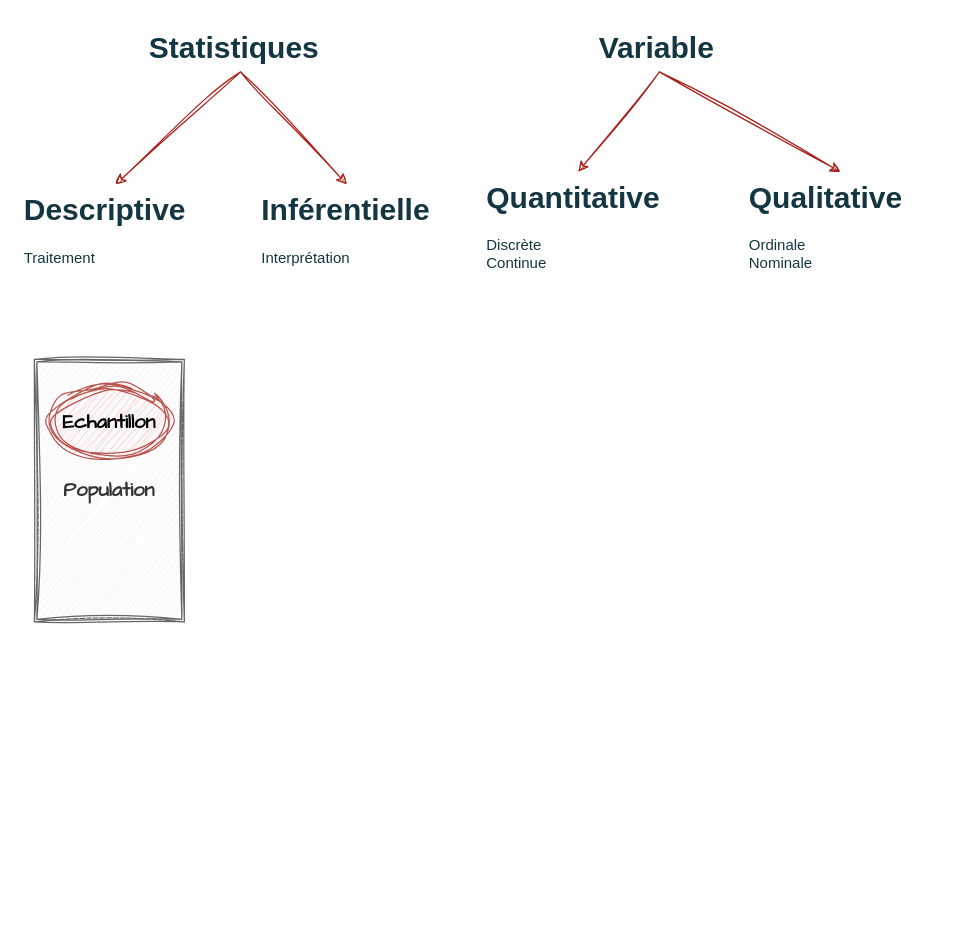
The draw.io diagram TD/summary.drawio in LouisManiere/Stats_M1_HBV, before the edit. Source tidied: cells renumbered, new cells numbered last; positions are measured from the earlier drawing's top-left corner, leaving out a move shared by most shapes. Both pictures are drawn from the tidied source at 125%, with x=0, y=0 at pixel (21, 21). Pictures stored in the file or linked from it are replaced by grey dashed boxes.
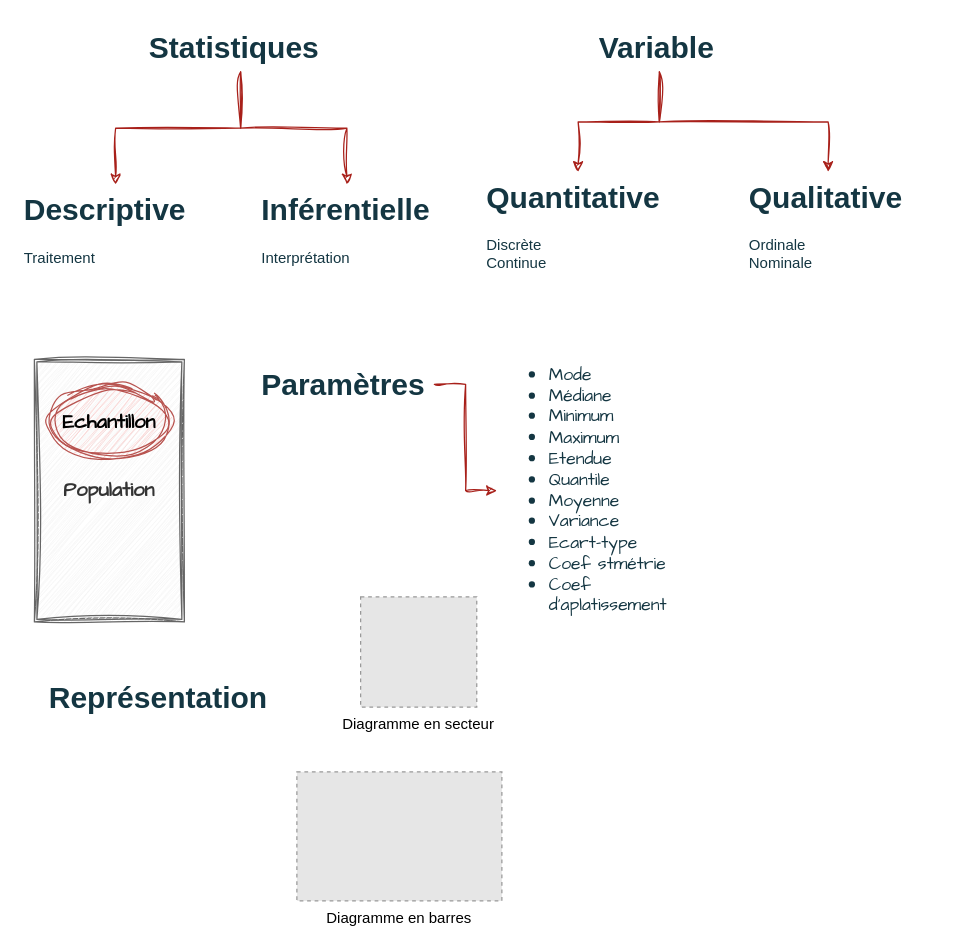
Above is the later version.

Commit message (it also covers changes not shown here):
Mettre à jour summary.drawio

The change refers to these unchanged cells:
```xml
<mxCell id="2" value="&lt;h1 style=&quot;margin-top: 0px;&quot;&gt;Descriptive&lt;br&gt;&lt;/h1&gt;&lt;p&gt;Traitement&lt;/p&gt;" style="text;html=1;whiteSpace=wrap;overflow=hidden;rounded=0;sketch=1;curveFitting=1;jiggle=2;labelBackgroundColor=none;fontColor=#143642;" parent="1" vertex="1">
  <mxGeometry y="130" width="150" height="70" as="geometry" />
</mxCell>
<mxCell id="3" value="&lt;h1 style=&quot;margin-top: 0px;&quot;&gt;Inférentielle&lt;br&gt;&lt;/h1&gt;&lt;p&gt;Interprétation&lt;br&gt;&lt;/p&gt;" style="text;html=1;whiteSpace=wrap;overflow=hidden;rounded=0;sketch=1;curveFitting=1;jiggle=2;labelBackgroundColor=none;fontColor=#143642;" parent="1" vertex="1">
  <mxGeometry x="190" y="130" width="140" height="70" as="geometry" />
</mxCell>
<mxCell id="7" value="&lt;h1 style=&quot;margin-top: 0px;&quot;&gt;Variable&lt;br&gt;&lt;/h1&gt;" style="text;html=1;whiteSpace=wrap;overflow=hidden;rounded=0;sketch=1;curveFitting=1;jiggle=2;labelBackgroundColor=none;fontColor=#143642;" parent="1" vertex="1">
  <mxGeometry x="460" width="100" height="40" as="geometry" />
</mxCell>
<mxCell id="8" value="&lt;h1 style=&quot;margin-top: 0px;&quot;&gt;Quantitative&lt;/h1&gt;&lt;div&gt;Discrète&lt;/div&gt;&lt;div&gt;Continue&lt;br&gt;&lt;/div&gt;" style="text;html=1;whiteSpace=wrap;overflow=hidden;rounded=0;sketch=1;curveFitting=1;jiggle=2;labelBackgroundColor=none;fontColor=#143642;" parent="1" vertex="1">
  <mxGeometry x="370" y="120" width="150" height="80" as="geometry" />
</mxCell>
```

What changed in the source:
```diff
@@
-    <mxCell id="4" value="&lt;h1 style=&quot;margin-top: 0px;&quot;&gt;Statistiques&lt;br&gt;&lt;/h1&gt;" style="text;html=1;whiteSpace=wrap;overflow=hidden;rounded=0;sketch=1;curveFitting=1;jiggle=2;labelBackgroundColor=none;fontColor=#143642;" parent="1" vertex="1">
-      <mxGeometry x="100" width="150" height="40" as="geometry" />
-    </mxCell>
-    <mxCell id="5" style="endArrow=classic;html=1;rounded=0;exitX=0.5;exitY=1;exitDx=0;exitDy=0;entryX=0.5;entryY=0;entryDx=0;entryDy=0;sketch=1;curveFitting=1;jiggle=2;labelBackgroundColor=none;strokeColor=#A8201A;fontColor=default;" parent="1" edge="1" source="4" target="2">
+    <mxCell id="5" style="edgeStyle=orthogonalEdgeStyle;rounded=0;sketch=1;hachureGap=4;jiggle=2;curveFitting=1;jettySize=auto;html=1;strokeColor=#A8201A;fontFamily=Architects Daughter;fontColor=#143642;fillColor=#FAE5C7;" parent="1" edge="1" source="4" target="2">
       <mxGeometry relative="1" as="geometry" />
     </mxCell>
-    <mxCell id="6" style="endArrow=classic;html=1;rounded=0;exitX=0.5;exitY=1;exitDx=0;exitDy=0;entryX=0.5;entryY=0;entryDx=0;entryDy=0;sketch=1;curveFitting=1;jiggle=2;labelBackgroundColor=none;strokeColor=#A8201A;fontColor=default;" parent="1" edge="1" source="4" target="3">
+    <mxCell id="6" style="edgeStyle=orthogonalEdgeStyle;rounded=0;sketch=1;hachureGap=4;jiggle=2;curveFitting=1;jettySize=auto;html=1;strokeColor=#A8201A;fontFamily=Architects Daughter;fontColor=#143642;fillColor=#FAE5C7;" parent="1" edge="1" source="4" target="3">
       <mxGeometry relative="1" as="geometry" />
     </mxCell>
+    <mxCell id="4" value="&lt;h1 style=&quot;margin-top: 0px;&quot;&gt;Statistiques&lt;br&gt;&lt;/h1&gt;" style="text;html=1;whiteSpace=wrap;overflow=hidden;rounded=0;sketch=1;curveFitting=1;jiggle=2;labelBackgroundColor=none;fontColor=#143642;" parent="1" vertex="1">
+      <mxGeometry x="100" width="150" height="40" as="geometry" />
+    </mxCell>
+    <mxCell id="11" style="edgeStyle=orthogonalEdgeStyle;rounded=0;sketch=1;hachureGap=4;jiggle=2;curveFitting=1;jettySize=auto;html=1;strokeColor=#A8201A;fontFamily=Architects Daughter;fontColor=#143642;fillColor=#FAE5C7;" parent="1" edge="1" source="7" target="8">
+      <mxGeometry relative="1" as="geometry" />
+    </mxCell>
+    <mxCell id="10" style="edgeStyle=orthogonalEdgeStyle;rounded=0;sketch=1;hachureGap=4;jiggle=2;curveFitting=1;jettySize=auto;html=1;strokeColor=#A8201A;fontFamily=Architects Daughter;fontColor=#143642;fillColor=#FAE5C7;exitX=0.5;exitY=1;exitDx=0;exitDy=0;" parent="1" edge="1" source="7" target="9">
+      <mxGeometry relative="1" as="geometry" />
+    </mxCell>
@@
     <mxCell id="9" value="&lt;h1 style=&quot;margin-top: 0px;&quot;&gt;Qualitative&lt;/h1&gt;&lt;div&gt;Ordinale&lt;br&gt;&lt;/div&gt;&lt;div&gt;Nominale&lt;br&gt;&lt;/div&gt;" style="text;html=1;whiteSpace=wrap;overflow=hidden;rounded=0;sketch=1;curveFitting=1;jiggle=2;labelBackgroundColor=none;fontColor=#143642;" parent="1" vertex="1">
-      <mxGeometry x="580" y="120" width="150" height="80" as="geometry" />
+      <mxGeometry x="580" y="120" width="130" height="80" as="geometry" />
     </mxCell>
-    <mxCell id="10" style="endArrow=classic;html=1;rounded=0;exitX=0.5;exitY=1;exitDx=0;exitDy=0;entryX=0.5;entryY=0;entryDx=0;entryDy=0;sketch=1;curveFitting=1;jiggle=2;labelBackgroundColor=none;strokeColor=#A8201A;fontColor=default;" parent="1" edge="1" source="7" target="9">
-      <mxGeometry relative="1" as="geometry" />
-    </mxCell>
-    <mxCell id="11" style="endArrow=classic;html=1;rounded=0;exitX=0.5;exitY=1;exitDx=0;exitDy=0;entryX=0.5;entryY=0;entryDx=0;entryDy=0;sketch=1;curveFitting=1;jiggle=2;labelBackgroundColor=none;strokeColor=#A8201A;fontColor=default;" parent="1" edge="1" source="7" target="8">
-      <mxGeometry relative="1" as="geometry" />
-    </mxCell>
@@
+    <mxCell id="15" style="edgeStyle=orthogonalEdgeStyle;rounded=0;sketch=1;hachureGap=4;jiggle=2;curveFitting=1;jettySize=auto;html=1;strokeColor=#A8201A;fontFamily=Architects Daughter;fontColor=#143642;fillColor=#FAE5C7;" parent="1" edge="1" source="16" target="17">
+      <mxGeometry relative="1" as="geometry" />
+    </mxCell>
+    <mxCell id="16" value="&lt;h1 style=&quot;margin-top: 0px;&quot;&gt;Paramètres&lt;br&gt;&lt;/h1&gt;" style="text;html=1;whiteSpace=wrap;overflow=hidden;rounded=0;sketch=1;curveFitting=1;jiggle=2;labelBackgroundColor=none;fontColor=#143642;" parent="1" vertex="1">
+      <mxGeometry x="190" y="270" width="140" height="40" as="geometry" />
+    </mxCell>
+    <mxCell id="17" value="&lt;ul style=&quot;font-size: 14px;&quot;&gt;&lt;li style=&quot;font-size: 14px;&quot;&gt;Mode&lt;/li&gt;&lt;li style=&quot;font-size: 14px;&quot;&gt;Médiane&lt;br style=&quot;font-size: 14px;&quot;&gt;&lt;/li&gt;&lt;li style=&quot;font-size: 14px;&quot;&gt;Minimum&lt;/li&gt;&lt;li style=&quot;font-size: 14px;&quot;&gt;Maximum&lt;/li&gt;&lt;li style=&quot;font-size: 14px;&quot;&gt;Etendue&lt;/li&gt;&lt;li style=&quot;font-size: 14px;&quot;&gt;Quantile&lt;/li&gt;&lt;li style=&quot;font-size: 14px;&quot;&gt;Moyenne&lt;/li&gt;&lt;li style=&quot;font-size: 14px;&quot;&gt;Variance&lt;/li&gt;&lt;li style=&quot;font-size: 14px;&quot;&gt;Ecart-type&lt;/li&gt;&lt;li style=&quot;font-size: 14px;&quot;&gt;Coef stmétrie&lt;/li&gt;&lt;li style=&quot;font-size: 14px;&quot;&gt;Coef d'aplatissement&lt;br style=&quot;font-size: 14px;&quot;&gt;&lt;/li&gt;&lt;/ul&gt;" style="text;strokeColor=none;fillColor=none;html=1;whiteSpace=wrap;verticalAlign=middle;overflow=hidden;fontFamily=Architects Daughter;fontColor=#143642;fontSize=14;" parent="1" vertex="1">
+      <mxGeometry x="380" y="255" width="160" height="240" as="geometry" />
+    </mxCell>
+    <mxCell id="18" value="&lt;h1 style=&quot;margin-top: 0px;&quot;&gt;Représentation&lt;br&gt;&lt;/h1&gt;" style="text;html=1;whiteSpace=wrap;overflow=hidden;rounded=0;sketch=1;curveFitting=1;jiggle=2;labelBackgroundColor=none;fontColor=#143642;" parent="1" vertex="1">
+      <mxGeometry x="20" y="520" width="190" height="40" as="geometry" />
+    </mxCell>
+    <mxCell id="19" value="Diagramme en secteur" style="fillColor=#E6E6E6;strokeColor=#999999;dashed=1;verticalLabelPosition=bottom;labelBackgroundColor=default;verticalAlign=top;" parent="1" vertex="1">
+      <mxGeometry x="271" y="460" width="92.9" height="88.2" as="geometry" />
+    </mxCell>
+    <mxCell id="20" value="Diagramme en barres" style="fillColor=#E6E6E6;strokeColor=#999999;dashed=1;verticalLabelPosition=bottom;labelBackgroundColor=default;verticalAlign=top;" parent="1" vertex="1">
+      <mxGeometry x="220" y="600" width="164" height="103.2" as="geometry" />
+    </mxCell>
```
